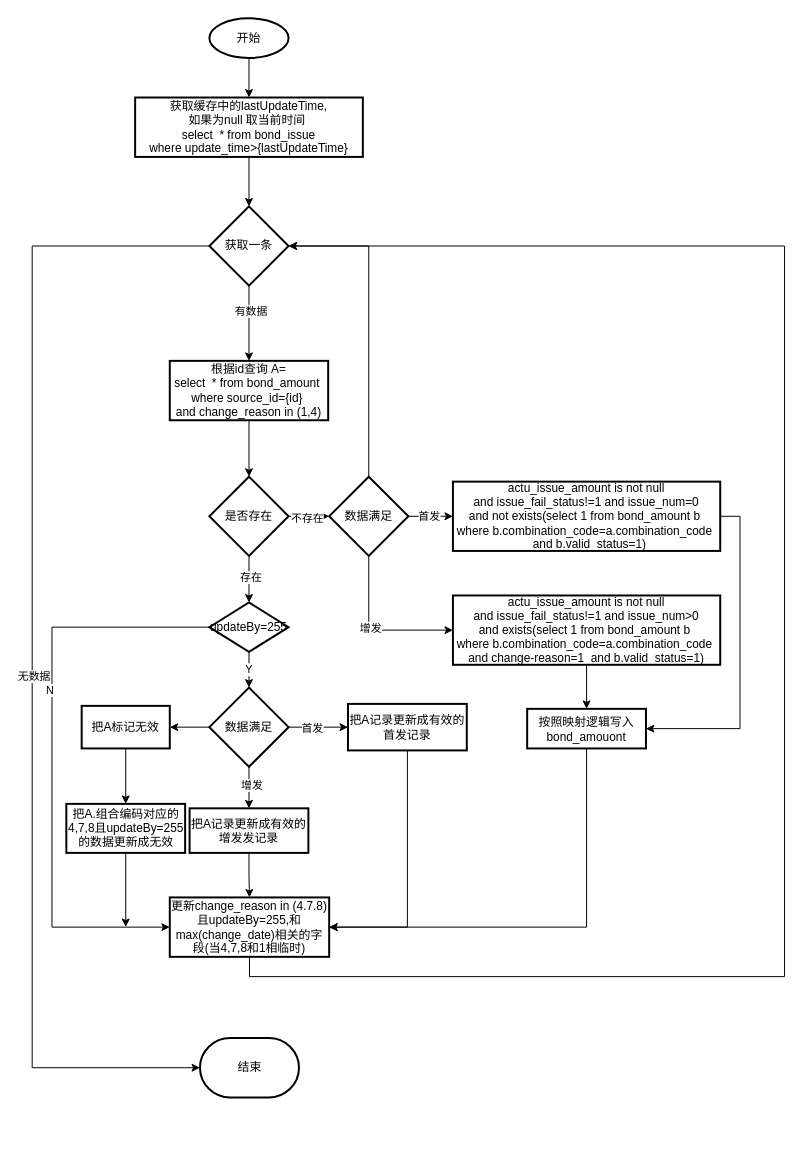
Above: bondAmount首发流程.drawio in xbluckly/test (draw.io), before the change. Source tidied: cells renumbered, new cells numbered last; positions are measured from the earlier drawing's top-left corner, leaving out a move shared by most shapes. Both pictures are drawn from the tidied source at 99%, with x=0, y=0 at pixel (32, 18).
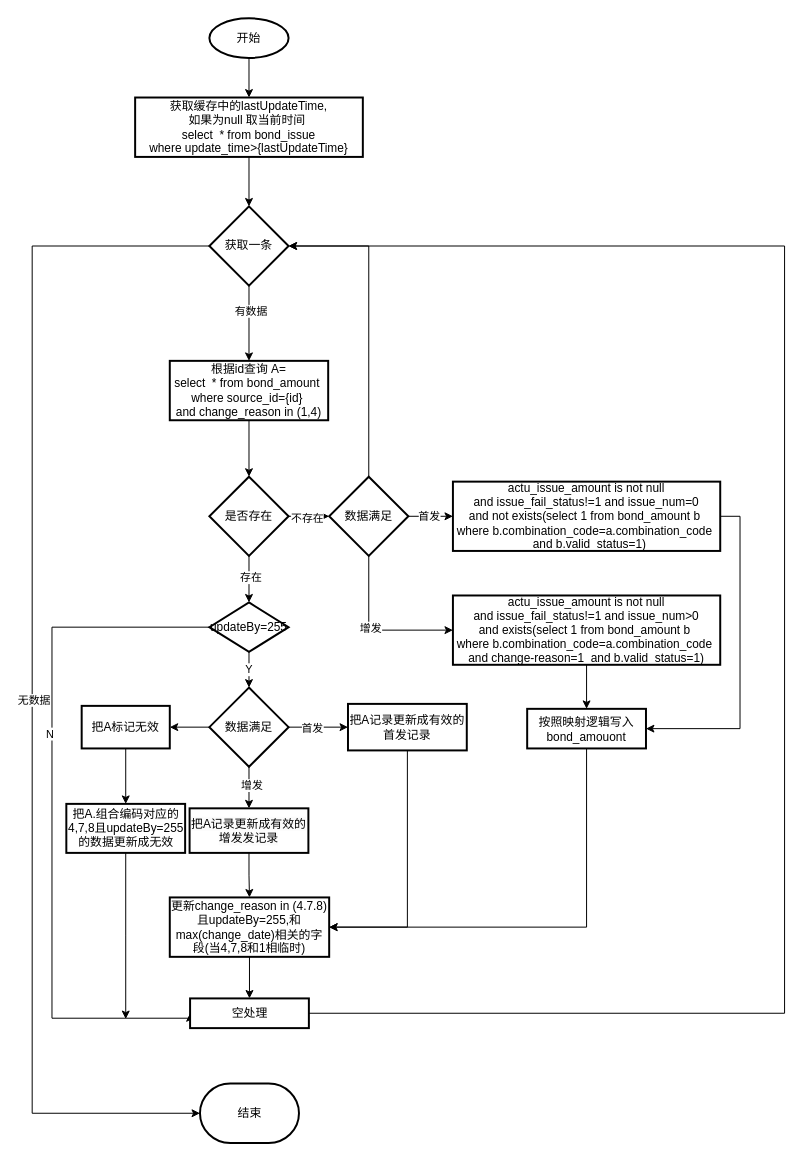
Above is the later version.

Commit message:
更新bondAmount首发流程.drawio

The change refers to these unchanged cells:
```xml
<mxCell id="41" value="获取一条" style="rhombus;whiteSpace=wrap;html=1;strokeWidth=2;" parent="1" vertex="1">
  <mxGeometry x="179" y="190" width="80" height="80" as="geometry" />
</mxCell>
<mxCell id="43" value="更新change_reason in (4.7.8)且updateBy=255,和max(change_date)相关的字段(当4,7,8和1相临时)" style="whiteSpace=wrap;html=1;strokeWidth=2;" parent="1" vertex="1">
  <mxGeometry x="139" y="888" width="161" height="60" as="geometry" />
</mxCell>
<mxCell id="48" value="updateBy=255" style="rhombus;whiteSpace=wrap;html=1;strokeWidth=2;" parent="1" vertex="1">
  <mxGeometry x="179" y="590" width="80" height="50" as="geometry" />
</mxCell>
<mxCell id="50" value="把A.组合编码对应的4,7,8且updateBy=255的数据更新成无效" style="whiteSpace=wrap;html=1;strokeWidth=2;" parent="1" vertex="1">
  <mxGeometry x="34.5" y="793.5" width="120" height="49.5" as="geometry" />
</mxCell>
```

Diff of the diagram source:
```diff
@@
     <mxCell id="39" style="edgeStyle=orthogonalEdgeStyle;rounded=0;jettySize=auto;html=1;entryX=0;entryY=0.5;entryDx=0;entryDy=0;entryPerimeter=0;" parent="1" edge="1" source="41" target="44">
       <mxGeometry relative="1" as="geometry">
         <Array as="points">
           <mxPoint y="230" />
-          <mxPoint y="1060" />
+          <mxPoint y="1106" />
         </Array>
       </mxGeometry>
     </mxCell>
@@
-    <mxCell id="42" style="edgeStyle=orthogonalEdgeStyle;rounded=0;jettySize=auto;html=1;entryX=1;entryY=0.5;entryDx=0;entryDy=0;exitX=0.5;exitY=1;exitDx=0;exitDy=0;" parent="1" edge="1" source="43" target="41">
+    <mxCell id="42" style="edgeStyle=orthogonalEdgeStyle;rounded=0;jettySize=auto;html=1;entryX=1;entryY=0.5;entryDx=0;entryDy=0;exitX=1;exitY=0.5;exitDx=0;exitDy=0;" parent="1" edge="1" source="53" target="41">
       <mxGeometry relative="1" as="geometry">
         <Array as="points">
-          <mxPoint x="220" y="968" />
-          <mxPoint x="760" y="968" />
+          <mxPoint x="760" y="1005" />
           <mxPoint x="760" y="230" />
         </Array>
       </mxGeometry>
     </mxCell>
+    <mxCell id="51" style="edgeStyle=orthogonalEdgeStyle;rounded=0;jettySize=auto;html=1;" parent="1" edge="1" source="43" target="53">
+      <mxGeometry relative="1" as="geometry" />
+    </mxCell>
@@
     <mxCell id="44" value="结束" style="strokeWidth=2;html=1;shape=mxgraph.flowchart.terminator;whiteSpace=wrap;" parent="1" vertex="1">
-      <mxGeometry x="169.5" y="1030" width="100" height="60" as="geometry" />
+      <mxGeometry x="169.5" y="1076" width="100" height="60" as="geometry" />
     </mxCell>
@@
-    <mxCell id="46" style="edgeStyle=orthogonalEdgeStyle;rounded=0;jettySize=auto;html=1;entryX=0;entryY=0.5;entryDx=0;entryDy=0;exitX=0;exitY=0.5;exitDx=0;exitDy=0;" parent="1" edge="1" source="48" target="43">
+    <mxCell id="46" style="edgeStyle=orthogonalEdgeStyle;rounded=0;jettySize=auto;html=1;exitX=0;exitY=0.5;exitDx=0;exitDy=0;entryX=0;entryY=0.5;entryDx=0;entryDy=0;" parent="1" edge="1" source="48" target="53">
       <mxGeometry relative="1" as="geometry">
         <Array as="points">
           <mxPoint x="20" y="615" />
-          <mxPoint x="20" y="918" />
+          <mxPoint x="20" y="1010" />
+          <mxPoint x="160" y="1010" />
         </Array>
       </mxGeometry>
     </mxCell>
@@
-    <mxCell id="49" style="edgeStyle=orthogonalEdgeStyle;rounded=0;jettySize=auto;html=1;" parent="1" edge="1" source="50">
-      <mxGeometry relative="1" as="geometry">
-        <mxPoint x="94.5" y="917.8" as="targetPoint" />
-      </mxGeometry>
-    </mxCell>
+    <mxCell id="52" style="edgeStyle=orthogonalEdgeStyle;rounded=0;jettySize=auto;html=1;exitX=0.5;exitY=1;exitDx=0;exitDy=0;" parent="1" edge="1" source="50">
+      <mxGeometry relative="1" as="geometry">
+        <mxPoint x="94.5" y="1010.8" as="targetPoint" />
+      </mxGeometry>
+    </mxCell>
@@
+    <mxCell id="53" value="空处理" style="whiteSpace=wrap;html=1;strokeWidth=2;" parent="1" vertex="1">
+      <mxGeometry x="159.5" y="990" width="120" height="30" as="geometry" />
+    </mxCell>
```
